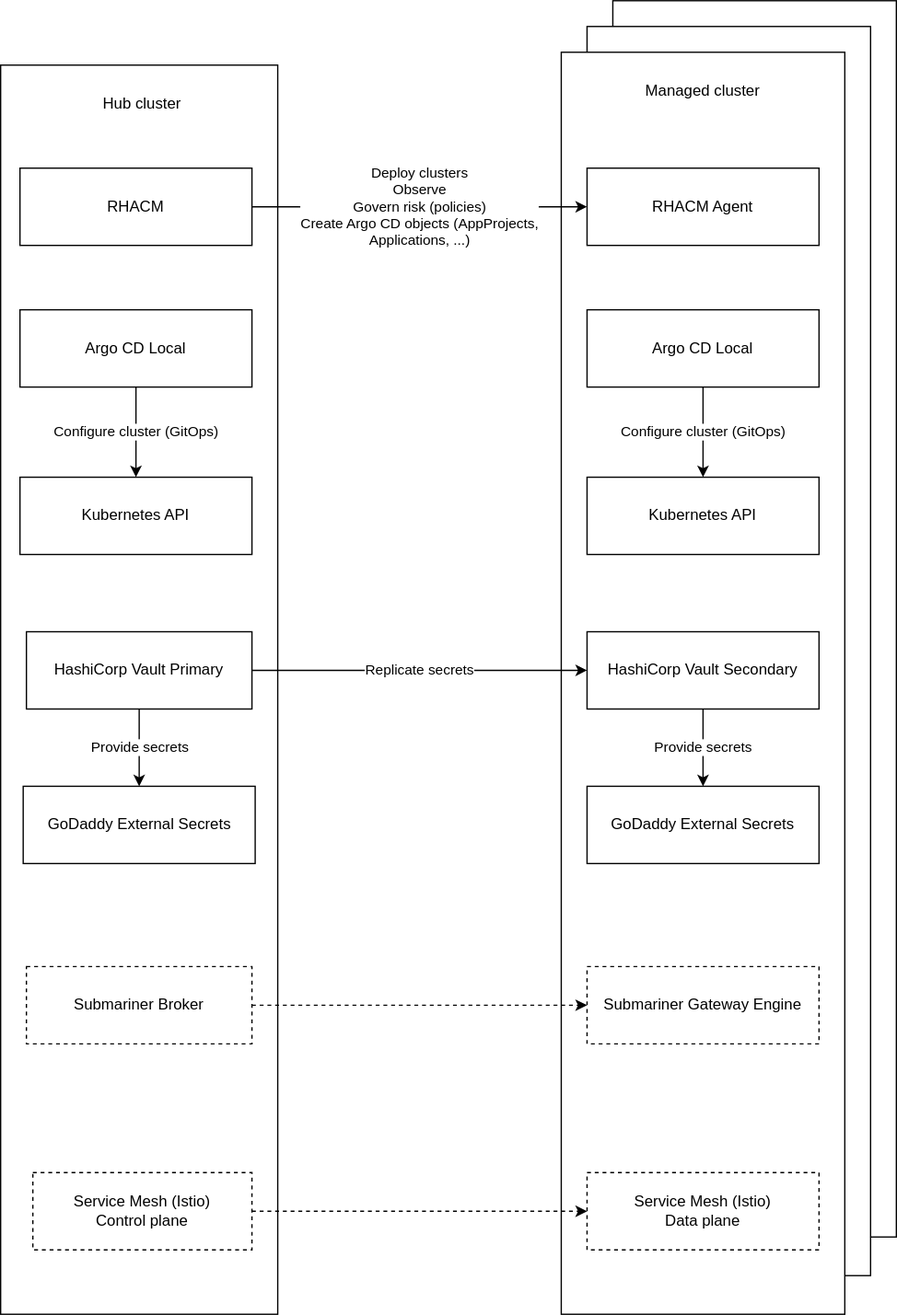
Above: docs/diagrams/multi_cluster_management_2.svg in noseka1/multicluster-management-rhacm-argocd (draw.io), before the change. Source tidied: cells renumbered, new cells last; positions are measured from the earlier drawing's top-left corner, leaving out a move shared by most shapes.
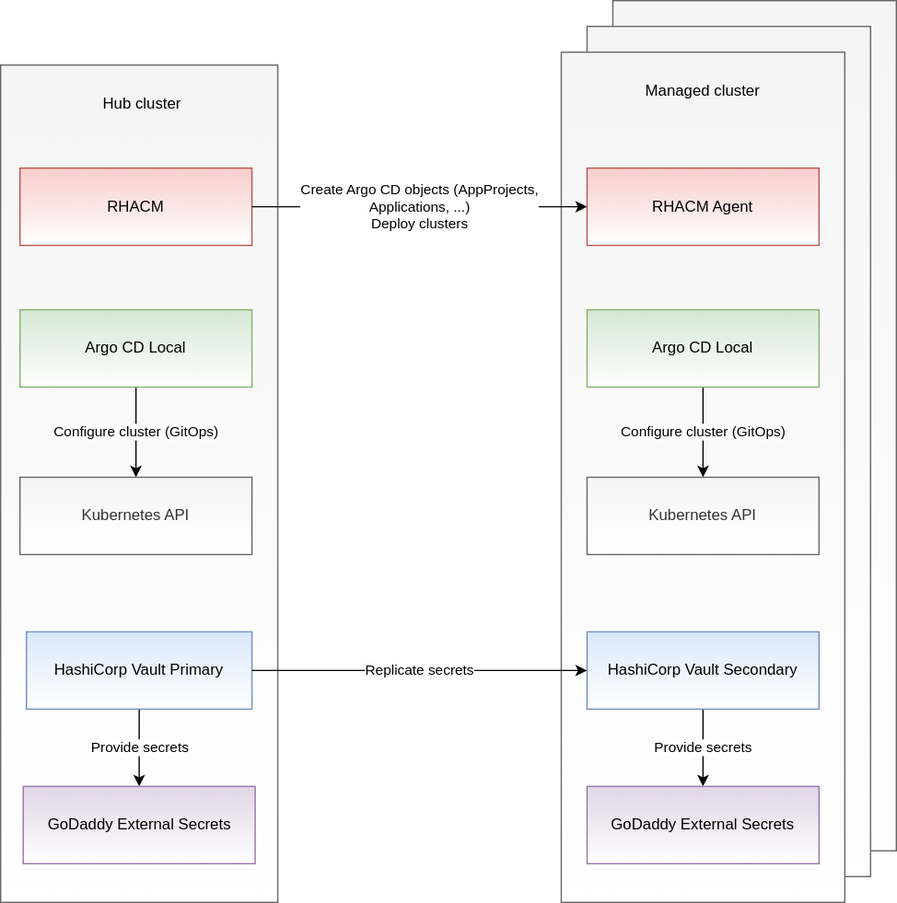
After the change.

The edit, as a diff of the source:
```diff
@@ -2,14 +2,14 @@
   <root>
     <mxCell id="0" />
     <mxCell id="1" parent="0" />
-    <mxCell id="2" style="rounded=0;whiteSpace=wrap;html=1;" parent="1" vertex="1">
-      <mxGeometry x="475" width="220" height="960" as="geometry" />
+    <mxCell id="2" style="rounded=0;whiteSpace=wrap;html=1;fillColor=#f5f5f5;strokeColor=#666666;fontColor=#333333;gradientColor=#ffffff;" parent="1" vertex="1">
+      <mxGeometry x="475" width="220" height="660" as="geometry" />
     </mxCell>
-    <mxCell id="3" style="rounded=0;whiteSpace=wrap;html=1;" parent="1" vertex="1">
-      <mxGeometry x="455" y="20" width="220" height="970" as="geometry" />
+    <mxCell id="3" style="rounded=0;whiteSpace=wrap;html=1;fillColor=#f5f5f5;strokeColor=#666666;fontColor=#333333;gradientColor=#ffffff;" parent="1" vertex="1">
+      <mxGeometry x="455" y="20" width="220" height="660" as="geometry" />
     </mxCell>
-    <mxCell id="4" style="rounded=0;whiteSpace=wrap;html=1;" parent="1" vertex="1">
-      <mxGeometry y="50" width="215" height="970" as="geometry" />
+    <mxCell id="4" style="rounded=0;whiteSpace=wrap;html=1;fillColor=#f5f5f5;strokeColor=#666666;fontColor=#333333;gradientColor=#ffffff;" parent="1" vertex="1">
+      <mxGeometry y="50" width="215" height="650" as="geometry" />
     </mxCell>
     <mxCell id="5" value="Hub cluster" style="text;html=1;strokeColor=none;fillColor=none;align=center;verticalAlign=middle;whiteSpace=wrap;rounded=0;" parent="1" vertex="1">
       <mxGeometry x="54" y="70" width="112" height="20" as="geometry" />
@@ -17,11 +17,11 @@
     <mxCell id="6" value="Provide secrets" style="edgeStyle=orthogonalEdgeStyle;rounded=0;jettySize=auto;html=1;entryX=0.5;entryY=0;entryDx=0;entryDy=0;" parent="1" edge="1" source="7" target="26">
       <mxGeometry relative="1" as="geometry" />
     </mxCell>
-    <mxCell id="7" value="HashiCorp Vault Primary" style="rounded=0;whiteSpace=wrap;html=1;" parent="1" vertex="1">
+    <mxCell id="7" value="HashiCorp Vault Primary" style="rounded=0;whiteSpace=wrap;html=1;fillColor=#dae8fc;strokeColor=#6c8ebf;gradientColor=#ffffff;" parent="1" vertex="1">
       <mxGeometry x="20" y="490" width="175" height="60" as="geometry" />
     </mxCell>
-    <mxCell id="8" style="rounded=0;whiteSpace=wrap;html=1;" parent="1" vertex="1">
-      <mxGeometry x="435" y="40" width="220" height="980" as="geometry" />
+    <mxCell id="8" style="rounded=0;whiteSpace=wrap;html=1;fillColor=#f5f5f5;strokeColor=#666666;fontColor=#333333;gradientColor=#ffffff;" parent="1" vertex="1">
+      <mxGeometry x="435" y="40" width="220" height="660" as="geometry" />
     </mxCell>
     <mxCell id="9" value="Managed cluster" style="text;html=1;strokeColor=none;fillColor=none;align=center;verticalAlign=middle;whiteSpace=wrap;rounded=0;" parent="1" vertex="1">
       <mxGeometry x="489" y="60" width="112" height="20" as="geometry" />
@@ -29,61 +29,43 @@
     <mxCell id="10" value="Provide secrets" style="edgeStyle=orthogonalEdgeStyle;rounded=0;jettySize=auto;html=1;entryX=0.5;entryY=0;entryDx=0;entryDy=0;" parent="1" edge="1" source="11" target="18">
       <mxGeometry relative="1" as="geometry" />
     </mxCell>
-    <mxCell id="11" value="HashiCorp Vault Secondary" style="rounded=0;whiteSpace=wrap;html=1;" parent="1" vertex="1">
+    <mxCell id="11" value="HashiCorp Vault Secondary" style="rounded=0;whiteSpace=wrap;html=1;fillColor=#dae8fc;strokeColor=#6c8ebf;gradientColor=#ffffff;" parent="1" vertex="1">
       <mxGeometry x="455" y="490" width="180" height="60" as="geometry" />
     </mxCell>
-    <mxCell id="12" value="RHACM" style="rounded=0;whiteSpace=wrap;html=1;" parent="1" vertex="1">
+    <mxCell id="12" value="RHACM" style="rounded=0;whiteSpace=wrap;html=1;fillColor=#f8cecc;strokeColor=#b85450;gradientColor=#ffffff;" parent="1" vertex="1">
       <mxGeometry x="15" y="130" width="180" height="60" as="geometry" />
     </mxCell>
-    <mxCell id="13" value="Deploy clusters&lt;br&gt;Observe&lt;br&gt;&lt;div&gt;Govern risk (policies)&lt;/div&gt;&lt;div&gt;Create Argo CD objects (AppProjects,&lt;br&gt;Applications, ...)&lt;br&gt;&lt;/div&gt;" style="endArrow=classic;html=1;exitX=1;exitY=0.5;exitDx=0;exitDy=0;entryX=0;entryY=0.5;entryDx=0;entryDy=0;" parent="1" edge="1" source="12" target="15">
+    <mxCell id="13" value="&lt;div&gt;Create Argo CD objects (AppProjects,&lt;br&gt;Applications, ...)&lt;/div&gt;&lt;div&gt;Deploy clusters&lt;/div&gt;" style="endArrow=classic;html=1;exitX=1;exitY=0.5;exitDx=0;exitDy=0;entryX=0;entryY=0.5;entryDx=0;entryDy=0;" parent="1" edge="1" source="12" target="15">
       <mxGeometry relative="1" as="geometry" />
     </mxCell>
     <mxCell id="14" value="Replicate secrets" style="endArrow=classic;html=1;exitX=1;exitY=0.5;exitDx=0;exitDy=0;entryX=0;entryY=0.5;entryDx=0;entryDy=0;" parent="1" edge="1" source="7" target="11">
       <mxGeometry relative="1" as="geometry" />
     </mxCell>
-    <mxCell id="15" value="RHACM Agent" style="rounded=0;whiteSpace=wrap;html=1;" parent="1" vertex="1">
+    <mxCell id="15" value="RHACM Agent" style="rounded=0;whiteSpace=wrap;html=1;fillColor=#f8cecc;strokeColor=#b85450;gradientColor=#ffffff;" parent="1" vertex="1">
       <mxGeometry x="455" y="130" width="180" height="60" as="geometry" />
     </mxCell>
     <mxCell id="16" value="Configure cluster (GitOps)" style="edgeStyle=orthogonalEdgeStyle;rounded=0;jettySize=auto;html=1;" parent="1" edge="1" source="17" target="19">
       <mxGeometry relative="1" as="geometry" />
     </mxCell>
-    <mxCell id="17" value="Argo CD Local" style="rounded=0;whiteSpace=wrap;html=1;" parent="1" vertex="1">
+    <mxCell id="17" value="Argo CD Local" style="rounded=0;whiteSpace=wrap;html=1;fillColor=#d5e8d4;strokeColor=#82b366;gradientColor=#ffffff;" parent="1" vertex="1">
       <mxGeometry x="455" y="240" width="180" height="60" as="geometry" />
     </mxCell>
-    <mxCell id="18" value="GoDaddy External Secrets" style="rounded=0;whiteSpace=wrap;html=1;" parent="1" vertex="1">
+    <mxCell id="18" value="GoDaddy External Secrets" style="rounded=0;whiteSpace=wrap;html=1;fillColor=#e1d5e7;strokeColor=#9673a6;gradientColor=#ffffff;" parent="1" vertex="1">
       <mxGeometry x="455" y="610" width="180" height="60" as="geometry" />
     </mxCell>
-    <mxCell id="19" value="Kubernetes API" style="rounded=0;whiteSpace=wrap;html=1;" parent="1" vertex="1">
+    <mxCell id="19" value="Kubernetes API" style="rounded=0;whiteSpace=wrap;html=1;fillColor=#f5f5f5;strokeColor=#666666;fontColor=#333333;gradientColor=#ffffff;" parent="1" vertex="1">
       <mxGeometry x="455" y="370" width="180" height="60" as="geometry" />
     </mxCell>
-    <mxCell id="20" style="edgeStyle=orthogonalEdgeStyle;rounded=0;jettySize=auto;html=1;dashed=1;" parent="1" edge="1" source="21" target="22">
-      <mxGeometry relative="1" as="geometry" />
-    </mxCell>
-    <mxCell id="21" value="Submariner Broker" style="rounded=0;whiteSpace=wrap;html=1;dashed=1;" parent="1" vertex="1">
-      <mxGeometry x="20" y="750" width="175" height="60" as="geometry" />
-    </mxCell>
-    <mxCell id="22" value="Submariner Gateway Engine" style="rounded=0;whiteSpace=wrap;html=1;dashed=1;" parent="1" vertex="1">
-      <mxGeometry x="455" y="750" width="180" height="60" as="geometry" />
-    </mxCell>
-    <mxCell id="23" style="edgeStyle=orthogonalEdgeStyle;rounded=0;jettySize=auto;html=1;exitX=1;exitY=0.5;exitDx=0;exitDy=0;entryX=0;entryY=0.5;entryDx=0;entryDy=0;dashed=1;" parent="1" edge="1" source="24" target="25">
-      <mxGeometry relative="1" as="geometry" />
-    </mxCell>
-    <mxCell id="24" value="Service Mesh (Istio)&lt;br&gt;Control plane" style="rounded=0;whiteSpace=wrap;html=1;dashed=1;" parent="1" vertex="1">
-      <mxGeometry x="25" y="910" width="170" height="60" as="geometry" />
-    </mxCell>
-    <mxCell id="25" value="Service Mesh (Istio)&lt;br&gt;Data plane" style="rounded=0;whiteSpace=wrap;html=1;dashed=1;" parent="1" vertex="1">
-      <mxGeometry x="455" y="910" width="180" height="60" as="geometry" />
-    </mxCell>
-    <mxCell id="26" value="GoDaddy External Secrets" style="rounded=0;whiteSpace=wrap;html=1;" parent="1" vertex="1">
+    <mxCell id="26" value="GoDaddy External Secrets" style="rounded=0;whiteSpace=wrap;html=1;fillColor=#e1d5e7;strokeColor=#9673a6;gradientColor=#ffffff;" parent="1" vertex="1">
       <mxGeometry x="17.5" y="610" width="180" height="60" as="geometry" />
     </mxCell>
     <mxCell id="27" value="Configure cluster (GitOps)" style="edgeStyle=orthogonalEdgeStyle;rounded=0;jettySize=auto;html=1;" parent="1" edge="1" source="28" target="29">
       <mxGeometry relative="1" as="geometry" />
     </mxCell>
-    <mxCell id="28" value="Argo CD Local" style="rounded=0;whiteSpace=wrap;html=1;" parent="1" vertex="1">
+    <mxCell id="28" value="Argo CD Local" style="rounded=0;whiteSpace=wrap;html=1;fillColor=#d5e8d4;strokeColor=#82b366;gradientColor=#ffffff;" parent="1" vertex="1">
       <mxGeometry x="15" y="240" width="180" height="60" as="geometry" />
     </mxCell>
-    <mxCell id="29" value="Kubernetes API" style="rounded=0;whiteSpace=wrap;html=1;" parent="1" vertex="1">
+    <mxCell id="29" value="Kubernetes API" style="rounded=0;whiteSpace=wrap;html=1;fillColor=#f5f5f5;strokeColor=#666666;fontColor=#333333;gradientColor=#ffffff;" parent="1" vertex="1">
       <mxGeometry x="15" y="370" width="180" height="60" as="geometry" />
     </mxCell>
   </root>
```
